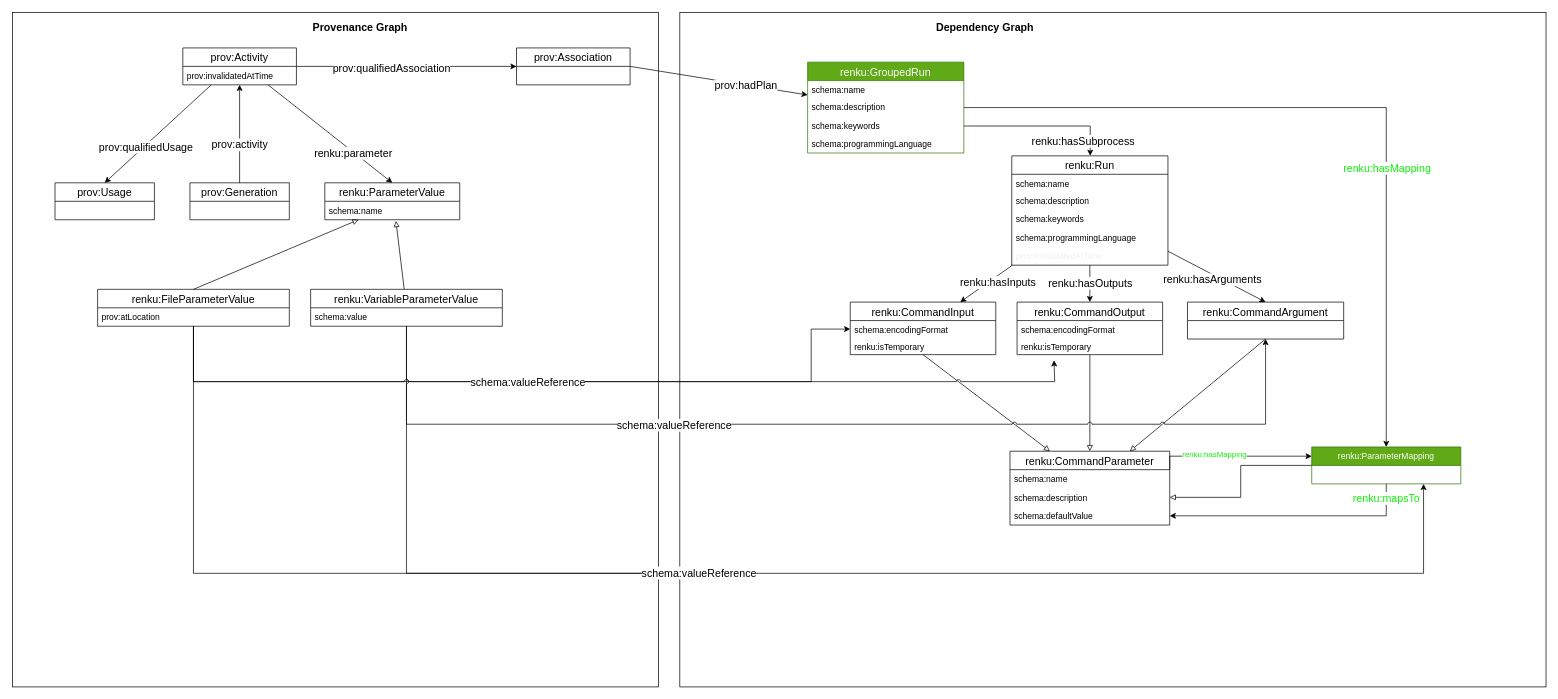
SwissDataScienceCenter/renku-python keeps this draw.io diagram as design/001-new-workflow-commands/grouped-run-metadata.drawio. Above is the earlier version. Source tidied: cells renumbered, new cells numbered last; positions are measured from the earlier drawing's top-left corner, leaving out a move shared by most shapes. Both pictures are drawn from the tidied source at 71%, with x=0, y=0 at pixel (12, 12).
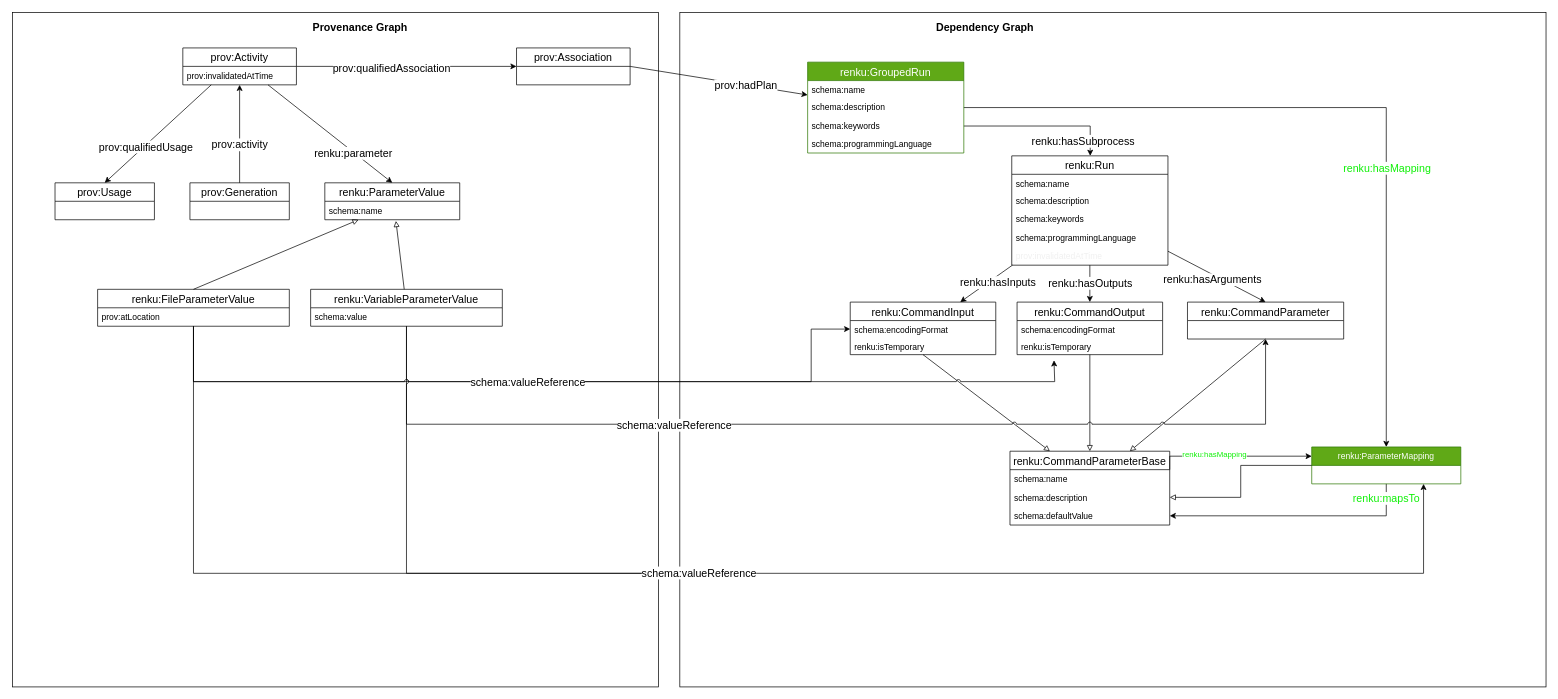
After the change.

Commit message (it also covers changes not shown here):
Rename CommandArgument to CommandParameter

The edit, as a diff of the source:
```diff
@@
-    <mxCell id="47" value="renku:CommandArgument" style="swimlane;fontStyle=0;horizontal=1;startSize=26;fillColor=none;fontSize=15;" parent="1" vertex="1">
+    <mxCell id="47" value="renku:CommandParameter" style="swimlane;fontStyle=0;horizontal=1;startSize=26;fillColor=none;fontSize=15;" parent="1" vertex="1">
       <mxGeometry x="1655" y="408" width="220" height="52" as="geometry" />
     </mxCell>
@@
-    <mxCell id="50" value="renku:CommandParameter" style="swimlane;fontStyle=0;horizontal=1;startSize=26;fillColor=none;fontSize=15;" parent="1" vertex="1">
+    <mxCell id="50" value="renku:CommandParameterBase" style="swimlane;fontStyle=0;horizontal=1;startSize=26;fillColor=none;fontSize=15;" parent="1" vertex="1">
       <mxGeometry x="1405" y="618" width="225" height="104" as="geometry" />
     </mxCell>
```
